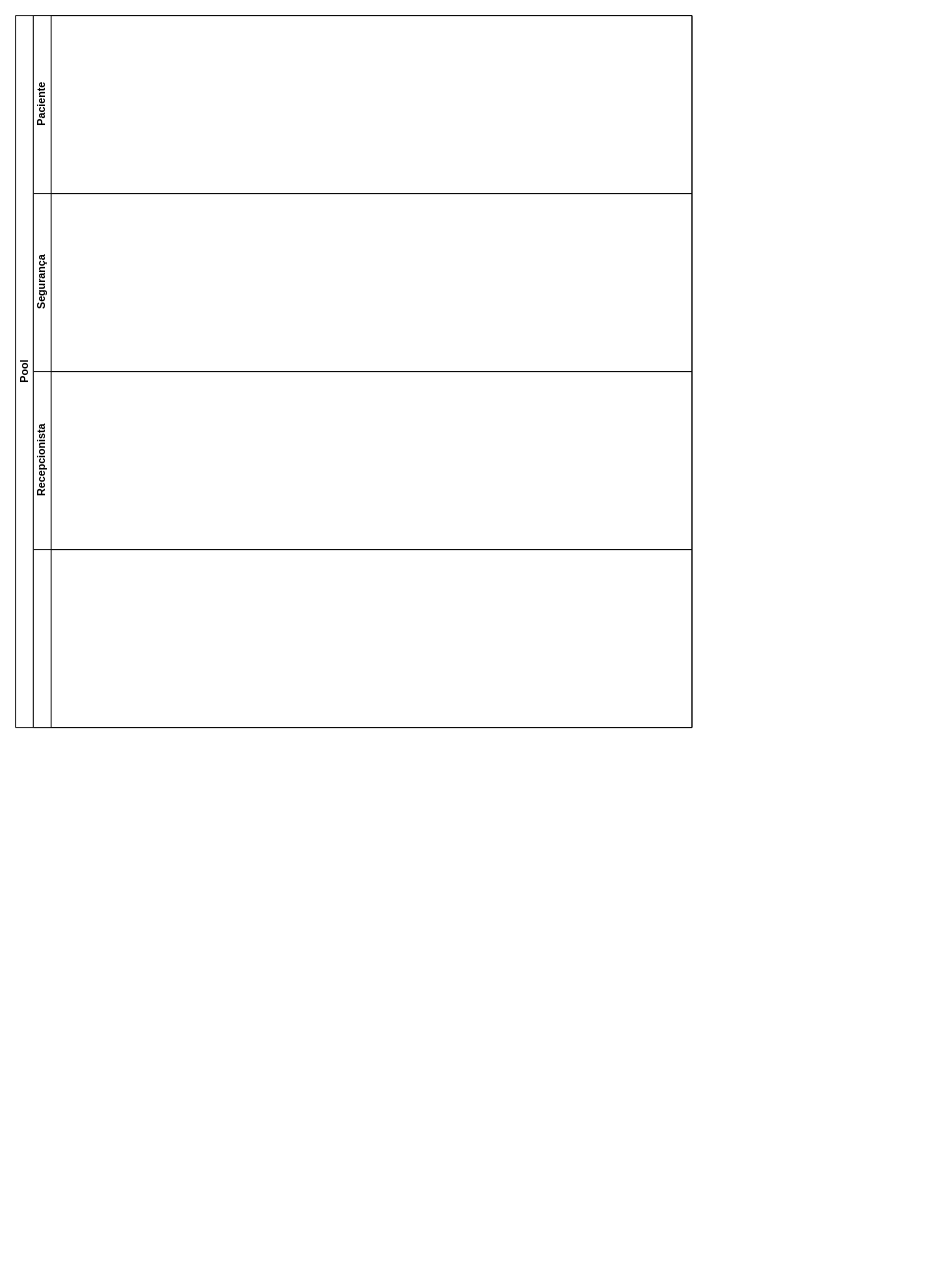
rebeccajanuario/DiagramasBPMN keeps this draw.io diagram as atividadesala1.drawio. Above is the earlier version. Source tidied: cells renumbered, new cells numbered last; positions are measured from the earlier drawing's top-left corner, leaving out a move shared by most shapes. Both pictures are drawn from the tidied source at 89%, with x=0, y=0 at pixel (15, 15).
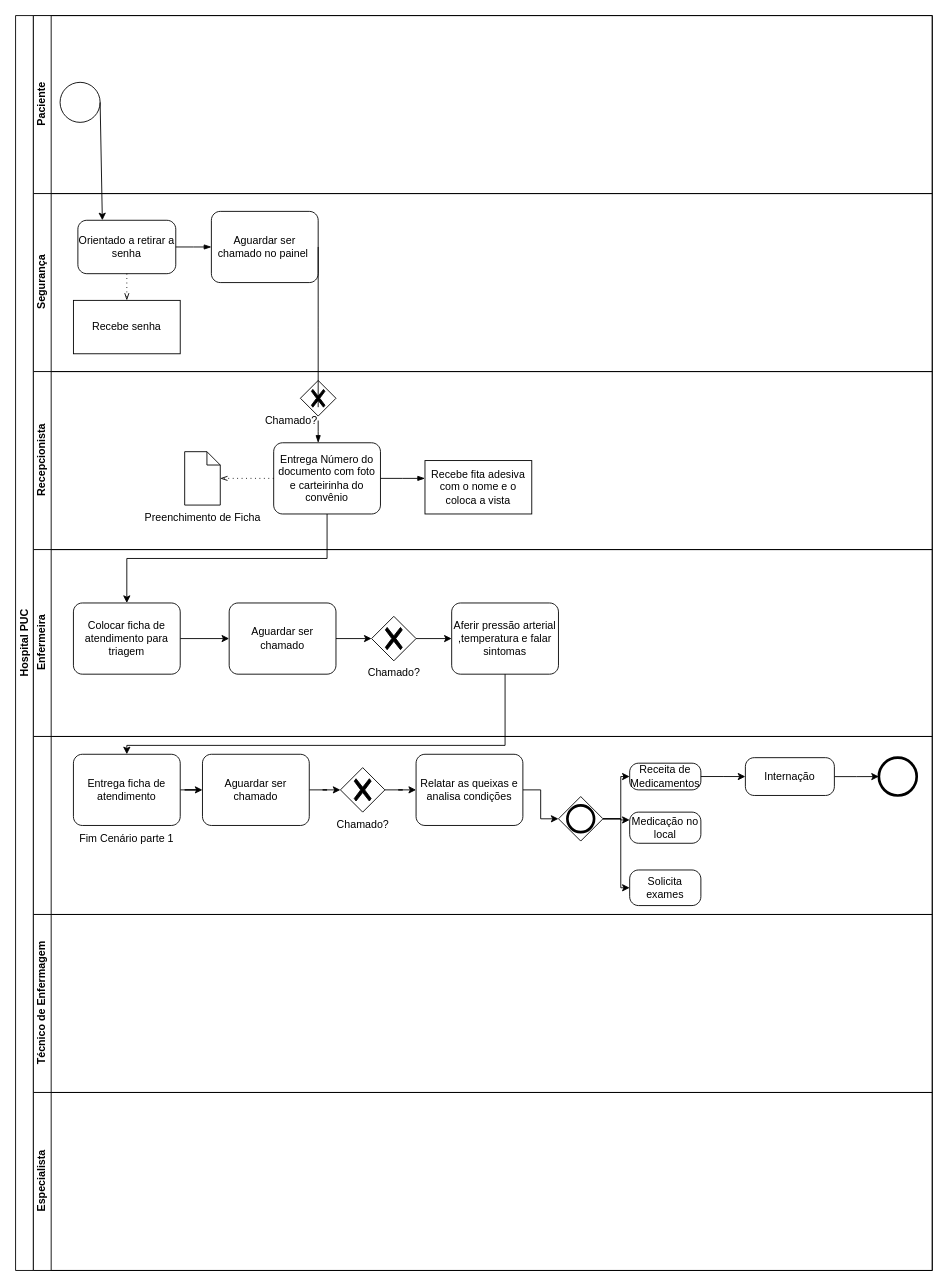
After the change.

Change to the diagram source:
```diff
@@
-    <mxCell id="2" value="Pool" style="swimlane;html=1;horizontal=0;startSize=20;whiteSpace=wrap;" parent="1" vertex="1">
-      <mxGeometry width="760" height="800" as="geometry" />
+    <mxCell id="2" value="Hospital PUC" style="swimlane;html=1;horizontal=0;startSize=20;whiteSpace=wrap;" parent="1" vertex="1">
+      <mxGeometry width="1030" height="1410" as="geometry" />
     </mxCell>
     <mxCell id="3" value="Paciente" style="swimlane;html=1;startSize=20;horizontal=0;" parent="2" vertex="1">
-      <mxGeometry x="20" width="740" height="200" as="geometry" />
+      <mxGeometry x="20" width="1010" height="200" as="geometry" />
     </mxCell>
+    <mxCell id="7" style="points=[[0.145,0.145,0],[0.5,0,0],[0.855,0.145,0],[1,0.5,0],[0.855,0.855,0],[0.5,1,0],[0.145,0.855,0],[0,0.5,0]];shape=mxgraph.bpmn.event;html=1;verticalLabelPosition=bottom;labelBackgroundColor=#ffffff;verticalAlign=top;align=center;perimeter=ellipsePerimeter;outlineConnect=0;outline=standard;symbol=general;" parent="3" vertex="1">
+      <mxGeometry x="30" y="75" width="45" height="45" as="geometry" />
+    </mxCell>
     <mxCell id="4" value="Segurança" style="swimlane;html=1;startSize=20;horizontal=0;" parent="2" vertex="1">
-      <mxGeometry x="20" y="200" width="740" height="200" as="geometry" />
+      <mxGeometry x="20" y="200" width="1010" height="200" as="geometry" />
     </mxCell>
+    <mxCell id="8" value="Orientado a retirar a senha" style="points=[[0.25,0,0],[0.5,0,0],[0.75,0,0],[1,0.25,0],[1,0.5,0],[1,0.75,0],[0.75,1,0],[0.5,1,0],[0.25,1,0],[0,0.75,0],[0,0.5,0],[0,0.25,0]];shape=mxgraph.bpmn.task;whiteSpace=wrap;rectStyle=rounded;size=10;html=1;taskMarker=abstract;" parent="4" vertex="1">
+      <mxGeometry x="50" y="30" width="110" height="60" as="geometry" />
+    </mxCell>
+    <mxCell id="9" value="Recebe senha" style="rounded=0;whiteSpace=wrap;html=1;" parent="4" vertex="1">
+      <mxGeometry x="45" y="120" width="120" height="60" as="geometry" />
+    </mxCell>
+    <mxCell id="10" style="edgeStyle=elbowEdgeStyle;fontSize=12;html=1;endFill=0;startFill=0;endSize=6;startSize=6;dashed=1;dashPattern=1 4;endArrow=openThin;startArrow=none;rounded=0;exitX=0.5;exitY=1;exitDx=0;exitDy=0;exitPerimeter=0;entryX=0.5;entryY=0;entryDx=0;entryDy=0;" parent="4" edge="1" source="8" target="9">
+      <mxGeometry relative="1" as="geometry" />
+    </mxCell>
+    <mxCell id="11" value="Aguardar ser chamado no painel&amp;nbsp;" style="points=[[0.25,0,0],[0.5,0,0],[0.75,0,0],[1,0.25,0],[1,0.5,0],[1,0.75,0],[0.75,1,0],[0.5,1,0],[0.25,1,0],[0,0.75,0],[0,0.5,0],[0,0.25,0]];shape=mxgraph.bpmn.task;whiteSpace=wrap;rectStyle=rounded;size=10;html=1;taskMarker=abstract;" parent="4" vertex="1">
+      <mxGeometry x="200" y="20" width="120" height="80" as="geometry" />
+    </mxCell>
+    <mxCell id="12" style="edgeStyle=elbowEdgeStyle;fontSize=12;html=1;endArrow=blockThin;endFill=1;rounded=0;exitX=1;exitY=0.5;exitDx=0;exitDy=0;exitPerimeter=0;" parent="4" edge="1" source="8" target="11">
+      <mxGeometry relative="1" as="geometry" />
+    </mxCell>
     <mxCell id="5" value="Recepcionista" style="swimlane;html=1;startSize=20;horizontal=0;" parent="2" vertex="1">
-      <mxGeometry x="20" y="400" width="740" height="200" as="geometry" />
+      <mxGeometry x="20" y="400" width="1010" height="200" as="geometry" />
     </mxCell>
+    <mxCell id="13" style="shape=mxgraph.bpmn.gateway2;html=1;verticalLabelPosition=bottom;labelBackgroundColor=#ffffff;verticalAlign=top;align=center;perimeter=rhombusPerimeter;outline=none;symbol=none;gwType=exclusive;" parent="5" vertex="1">
+      <mxGeometry x="300" y="10" width="40" height="40" as="geometry" />
+    </mxCell>
+    <mxCell id="14" value="Chamado?" style="text;html=1;strokeColor=none;fillColor=none;align=center;verticalAlign=middle;whiteSpace=wrap;rounded=0;" parent="5" vertex="1">
+      <mxGeometry x="260" y="40" width="60" height="30" as="geometry" />
+    </mxCell>
+    <mxCell id="15" value="Preenchimento de Ficha" style="shape=mxgraph.bpmn.data;labelPosition=center;verticalLabelPosition=bottom;align=center;verticalAlign=top;size=15;html=1;" parent="5" vertex="1">
+      <mxGeometry x="170" y="90" width="40" height="60" as="geometry" />
+    </mxCell>
+    <mxCell id="16" value="Recebe fita adesiva com o nome e o coloca a vista" style="rounded=0;whiteSpace=wrap;html=1;" parent="5" vertex="1">
+      <mxGeometry x="440" y="100" width="120" height="60" as="geometry" />
+    </mxCell>
-    <mxCell id="6" style="swimlane;html=1;startSize=20;horizontal=0;" parent="2" vertex="1">
-      <mxGeometry x="20" y="600" width="740" height="200" as="geometry" />
+    <mxCell id="6" value="Enfermeira" style="swimlane;html=1;startSize=20;horizontal=0;" parent="2" vertex="1">
+      <mxGeometry x="20" y="600" width="1010" height="210" as="geometry" />
     </mxCell>
+    <mxCell id="17" style="edgeStyle=orthogonalEdgeStyle;rounded=0;jettySize=auto;html=1;entryX=0;entryY=0.5;entryDx=0;entryDy=0;entryPerimeter=0;" parent="6" edge="1" source="18" target="20">
+      <mxGeometry relative="1" as="geometry" />
+    </mxCell>
+    <mxCell id="18" value="Colocar ficha de atendimento para triagem" style="points=[[0.25,0,0],[0.5,0,0],[0.75,0,0],[1,0.25,0],[1,0.5,0],[1,0.75,0],[0.75,1,0],[0.5,1,0],[0.25,1,0],[0,0.75,0],[0,0.5,0],[0,0.25,0]];shape=mxgraph.bpmn.task;whiteSpace=wrap;rectStyle=rounded;size=10;html=1;taskMarker=abstract;" parent="6" vertex="1">
+      <mxGeometry x="45" y="60" width="120" height="80" as="geometry" />
+    </mxCell>
+    <mxCell id="19" style="edgeStyle=orthogonalEdgeStyle;rounded=0;jettySize=auto;html=1;entryX=0;entryY=0.5;entryDx=0;entryDy=0;entryPerimeter=0;" parent="6" edge="1" source="20" target="22">
+      <mxGeometry relative="1" as="geometry" />
+    </mxCell>
+    <mxCell id="20" value="Aguardar ser chamado" style="points=[[0.25,0,0],[0.5,0,0],[0.75,0,0],[1,0.25,0],[1,0.5,0],[1,0.75,0],[0.75,1,0],[0.5,1,0],[0.25,1,0],[0,0.75,0],[0,0.5,0],[0,0.25,0]];shape=mxgraph.bpmn.task;whiteSpace=wrap;rectStyle=rounded;size=10;html=1;taskMarker=abstract;" parent="6" vertex="1">
+      <mxGeometry x="220" y="60" width="120" height="80" as="geometry" />
+    </mxCell>
+    <mxCell id="21" style="edgeStyle=orthogonalEdgeStyle;rounded=0;jettySize=auto;html=1;entryX=0;entryY=0.5;entryDx=0;entryDy=0;entryPerimeter=0;" parent="6" edge="1" source="22" target="23">
+      <mxGeometry relative="1" as="geometry" />
+    </mxCell>
+    <mxCell id="22" value="Chamado?" style="points=[[0.25,0.25,0],[0.5,0,0],[0.75,0.25,0],[1,0.5,0],[0.75,0.75,0],[0.5,1,0],[0.25,0.75,0],[0,0.5,0]];shape=mxgraph.bpmn.gateway2;html=1;verticalLabelPosition=bottom;labelBackgroundColor=#ffffff;verticalAlign=top;align=center;perimeter=rhombusPerimeter;outlineConnect=0;outline=none;symbol=none;gwType=exclusive;" parent="6" vertex="1">
+      <mxGeometry x="380" y="75" width="50" height="50" as="geometry" />
+    </mxCell>
+    <mxCell id="23" value="Aferir pressão arterial ,temperatura e falar sintomas" style="points=[[0.25,0,0],[0.5,0,0],[0.75,0,0],[1,0.25,0],[1,0.5,0],[1,0.75,0],[0.75,1,0],[0.5,1,0],[0.25,1,0],[0,0.75,0],[0,0.5,0],[0,0.25,0]];shape=mxgraph.bpmn.task;whiteSpace=wrap;rectStyle=rounded;size=10;html=1;taskMarker=abstract;" parent="6" vertex="1">
+      <mxGeometry x="470" y="60" width="120" height="80" as="geometry" />
+    </mxCell>
+    <mxCell id="24" style="swimlane;html=1;startSize=20;horizontal=0;" parent="2" vertex="1">
+      <mxGeometry x="20" y="810" width="1010" height="200" as="geometry" />
+    </mxCell>
+    <mxCell id="25" style="edgeStyle=orthogonalEdgeStyle;rounded=0;jettySize=auto;html=1;entryX=0;entryY=0.5;entryDx=0;entryDy=0;entryPerimeter=0;" parent="24" edge="1" source="26" target="29">
+      <mxGeometry relative="1" as="geometry" />
+    </mxCell>
+    <mxCell id="26" value="Entrega ficha de atendimento" style="points=[[0.25,0,0],[0.5,0,0],[0.75,0,0],[1,0.25,0],[1,0.5,0],[1,0.75,0],[0.75,1,0],[0.5,1,0],[0.25,1,0],[0,0.75,0],[0,0.5,0],[0,0.25,0]];shape=mxgraph.bpmn.task;whiteSpace=wrap;rectStyle=rounded;size=10;html=1;taskMarker=abstract;" parent="24" vertex="1">
+      <mxGeometry x="45" y="20" width="120" height="80" as="geometry" />
+    </mxCell>
+    <mxCell id="27" value="Fim Cenário parte 1" style="text;html=1;strokeColor=none;fillColor=none;align=center;verticalAlign=middle;whiteSpace=wrap;rounded=0;" parent="24" vertex="1">
+      <mxGeometry x="45" y="100" width="120" height="30" as="geometry" />
+    </mxCell>
+    <mxCell id="28" style="edgeStyle=orthogonalEdgeStyle;rounded=0;jettySize=auto;html=1;entryX=0;entryY=0.5;entryDx=0;entryDy=0;entryPerimeter=0;" parent="24" edge="1" source="29" target="31">
+      <mxGeometry relative="1" as="geometry" />
+    </mxCell>
+    <mxCell id="29" value="Aguardar ser chamado" style="points=[[0.25,0,0],[0.5,0,0],[0.75,0,0],[1,0.25,0],[1,0.5,0],[1,0.75,0],[0.75,1,0],[0.5,1,0],[0.25,1,0],[0,0.75,0],[0,0.5,0],[0,0.25,0]];shape=mxgraph.bpmn.task;whiteSpace=wrap;rectStyle=rounded;size=10;html=1;taskMarker=abstract;" parent="24" vertex="1">
+      <mxGeometry x="190" y="20" width="120" height="80" as="geometry" />
+    </mxCell>
+    <mxCell id="30" style="edgeStyle=orthogonalEdgeStyle;rounded=0;jettySize=auto;html=1;entryX=0;entryY=0.5;entryDx=0;entryDy=0;entryPerimeter=0;" parent="24" edge="1" source="31" target="33">
+      <mxGeometry relative="1" as="geometry" />
+    </mxCell>
+    <mxCell id="31" value="Chamado?" style="points=[[0.25,0.25,0],[0.5,0,0],[0.75,0.25,0],[1,0.5,0],[0.75,0.75,0],[0.5,1,0],[0.25,0.75,0],[0,0.5,0]];shape=mxgraph.bpmn.gateway2;html=1;verticalLabelPosition=bottom;labelBackgroundColor=#ffffff;verticalAlign=top;align=center;perimeter=rhombusPerimeter;outlineConnect=0;outline=none;symbol=none;gwType=exclusive;" parent="24" vertex="1">
+      <mxGeometry x="345" y="35" width="50" height="50" as="geometry" />
+    </mxCell>
+    <mxCell id="32" style="edgeStyle=orthogonalEdgeStyle;rounded=0;jettySize=auto;html=1;entryX=0;entryY=0.5;entryDx=0;entryDy=0;entryPerimeter=0;" parent="24" edge="1" source="33" target="37">
+      <mxGeometry relative="1" as="geometry" />
+    </mxCell>
+    <mxCell id="33" value="Relatar as queixas e analisa condições" style="points=[[0.25,0,0],[0.5,0,0],[0.75,0,0],[1,0.25,0],[1,0.5,0],[1,0.75,0],[0.75,1,0],[0.5,1,0],[0.25,1,0],[0,0.75,0],[0,0.5,0],[0,0.25,0]];shape=mxgraph.bpmn.task;whiteSpace=wrap;rectStyle=rounded;size=10;html=1;taskMarker=abstract;" parent="24" vertex="1">
+      <mxGeometry x="430" y="20" width="120" height="80" as="geometry" />
+    </mxCell>
+    <mxCell id="34" style="edgeStyle=orthogonalEdgeStyle;rounded=0;jettySize=auto;html=1;entryX=0;entryY=0.5;entryDx=0;entryDy=0;entryPerimeter=0;" parent="24" edge="1" source="37" target="43">
+      <mxGeometry relative="1" as="geometry">
+        <Array as="points">
+          <mxPoint x="660" y="93" />
+          <mxPoint x="660" y="45" />
+        </Array>
+      </mxGeometry>
+    </mxCell>
+    <mxCell id="35" style="edgeStyle=orthogonalEdgeStyle;rounded=0;jettySize=auto;html=1;entryX=0;entryY=0.25;entryDx=0;entryDy=0;entryPerimeter=0;" parent="24" edge="1" source="37" target="39">
+      <mxGeometry relative="1" as="geometry" />
+    </mxCell>
+    <mxCell id="36" style="edgeStyle=orthogonalEdgeStyle;rounded=0;jettySize=auto;html=1;entryX=0;entryY=0.5;entryDx=0;entryDy=0;entryPerimeter=0;" parent="24" edge="1" source="37" target="38">
+      <mxGeometry relative="1" as="geometry">
+        <Array as="points">
+          <mxPoint x="660" y="93" />
+          <mxPoint x="660" y="170" />
+        </Array>
+      </mxGeometry>
+    </mxCell>
+    <mxCell id="37" style="points=[[0.25,0.25,0],[0.5,0,0],[0.75,0.25,0],[1,0.5,0],[0.75,0.75,0],[0.5,1,0],[0.25,0.75,0],[0,0.5,0]];shape=mxgraph.bpmn.gateway2;html=1;verticalLabelPosition=bottom;labelBackgroundColor=#ffffff;verticalAlign=top;align=center;perimeter=rhombusPerimeter;outlineConnect=0;outline=end;symbol=general;" parent="24" vertex="1">
+      <mxGeometry x="590" y="67.5" width="50" height="50" as="geometry" />
+    </mxCell>
+    <mxCell id="38" value="Solicita exames" style="points=[[0.25,0,0],[0.5,0,0],[0.75,0,0],[1,0.25,0],[1,0.5,0],[1,0.75,0],[0.75,1,0],[0.5,1,0],[0.25,1,0],[0,0.75,0],[0,0.5,0],[0,0.25,0]];shape=mxgraph.bpmn.task;whiteSpace=wrap;rectStyle=rounded;size=10;html=1;taskMarker=abstract;" parent="24" vertex="1">
+      <mxGeometry x="670" y="150" width="80" height="40" as="geometry" />
+    </mxCell>
+    <mxCell id="39" value="Medicação no local" style="points=[[0.25,0,0],[0.5,0,0],[0.75,0,0],[1,0.25,0],[1,0.5,0],[1,0.75,0],[0.75,1,0],[0.5,1,0],[0.25,1,0],[0,0.75,0],[0,0.5,0],[0,0.25,0]];shape=mxgraph.bpmn.task;whiteSpace=wrap;rectStyle=rounded;size=10;html=1;taskMarker=abstract;" parent="24" vertex="1">
+      <mxGeometry x="670" y="85" width="80" height="35" as="geometry" />
+    </mxCell>
+    <mxCell id="40" style="edgeStyle=orthogonalEdgeStyle;rounded=0;jettySize=auto;html=1;entryX=0;entryY=0.5;entryDx=0;entryDy=0;entryPerimeter=0;" parent="24" edge="1" source="41" target="42">
+      <mxGeometry relative="1" as="geometry" />
+    </mxCell>
+    <mxCell id="41" value="Internação" style="points=[[0.25,0,0],[0.5,0,0],[0.75,0,0],[1,0.25,0],[1,0.5,0],[1,0.75,0],[0.75,1,0],[0.5,1,0],[0.25,1,0],[0,0.75,0],[0,0.5,0],[0,0.25,0]];shape=mxgraph.bpmn.task;whiteSpace=wrap;rectStyle=rounded;size=10;html=1;taskMarker=abstract;" parent="24" vertex="1">
+      <mxGeometry x="800" y="23.8" width="100" height="42.5" as="geometry" />
+    </mxCell>
+    <mxCell id="42" style="points=[[0.145,0.145,0],[0.5,0,0],[0.855,0.145,0],[1,0.5,0],[0.855,0.855,0],[0.5,1,0],[0.145,0.855,0],[0,0.5,0]];shape=mxgraph.bpmn.event;html=1;verticalLabelPosition=bottom;labelBackgroundColor=#ffffff;verticalAlign=top;align=center;perimeter=ellipsePerimeter;outlineConnect=0;outline=end;symbol=terminate2;" parent="24" vertex="1">
+      <mxGeometry x="950" y="23.8" width="42.5" height="42.5" as="geometry" />
+    </mxCell>
+    <mxCell id="43" value="Receita de Medicamentos" style="points=[[0.25,0,0],[0.5,0,0],[0.75,0,0],[1,0.25,0],[1,0.5,0],[1,0.75,0],[0.75,1,0],[0.5,1,0],[0.25,1,0],[0,0.75,0],[0,0.5,0],[0,0.25,0]];shape=mxgraph.bpmn.task;whiteSpace=wrap;rectStyle=rounded;size=10;html=1;taskMarker=abstract;" parent="24" vertex="1">
+      <mxGeometry x="670" y="30" width="80" height="30" as="geometry" />
+    </mxCell>
+    <mxCell id="44" style="edgeStyle=orthogonalEdgeStyle;rounded=0;jettySize=auto;html=1;entryX=0;entryY=0.5;entryDx=0;entryDy=0;entryPerimeter=0;" parent="24" edge="1" source="43" target="41">
+      <mxGeometry relative="1" as="geometry" />
+    </mxCell>
+    <mxCell id="45" value="Técnico de Enfermagem" style="swimlane;html=1;startSize=20;horizontal=0;" parent="2" vertex="1">
+      <mxGeometry x="20" y="1010" width="1010" height="200" as="geometry" />
+    </mxCell>
+    <mxCell id="46" value="Especialista" style="swimlane;html=1;startSize=20;horizontal=0;" parent="2" vertex="1">
+      <mxGeometry x="20" y="1210" width="1010" height="200" as="geometry" />
+    </mxCell>
+    <mxCell id="47" style="endArrow=classic;html=1;rounded=0;exitX=1;exitY=0.5;exitDx=0;exitDy=0;exitPerimeter=0;entryX=0.25;entryY=0;entryDx=0;entryDy=0;entryPerimeter=0;" parent="2" edge="1" source="7" target="8">
+      <mxGeometry relative="1" as="geometry" />
+    </mxCell>
+    <mxCell id="48" style="edgeStyle=elbowEdgeStyle;fontSize=12;html=1;endArrow=none;endFill=1;rounded=0;exitX=1;exitY=0.5;exitDx=0;exitDy=0;exitPerimeter=0;" parent="2" edge="1" source="11" target="14">
+      <mxGeometry relative="1" as="geometry" />
+    </mxCell>
+    <mxCell id="49" style="edgeStyle=orthogonalEdgeStyle;rounded=0;jettySize=auto;html=1;entryX=0.5;entryY=0;entryDx=0;entryDy=0;entryPerimeter=0;" parent="2" edge="1" source="23" target="26">
+      <mxGeometry relative="1" as="geometry">
+        <Array as="points">
+          <mxPoint x="550" y="820" />
+          <mxPoint x="125" y="820" />
+        </Array>
+      </mxGeometry>
+    </mxCell>
+    <mxCell id="50" style="edgeStyle=elbowEdgeStyle;fontSize=12;html=1;endArrow=blockThin;endFill=1;rounded=0;exitX=1;exitY=0.5;exitDx=0;exitDy=0;exitPerimeter=0;startArrow=none;" parent="1" edge="1" source="14" target="52">
+      <mxGeometry relative="1" as="geometry" />
+    </mxCell>
+    <mxCell id="51" style="edgeStyle=orthogonalEdgeStyle;rounded=0;jettySize=auto;html=1;" parent="1" edge="1" source="52" target="18">
+      <mxGeometry relative="1" as="geometry">
+        <Array as="points">
+          <mxPoint x="350" y="610" />
+          <mxPoint x="125" y="610" />
+        </Array>
+      </mxGeometry>
+    </mxCell>
+    <mxCell id="52" value="Entrega Número do documento com foto e carteirinha do convênio" style="points=[[0.25,0,0],[0.5,0,0],[0.75,0,0],[1,0.25,0],[1,0.5,0],[1,0.75,0],[0.75,1,0],[0.5,1,0],[0.25,1,0],[0,0.75,0],[0,0.5,0],[0,0.25,0]];shape=mxgraph.bpmn.task;whiteSpace=wrap;rectStyle=rounded;size=10;html=1;taskMarker=abstract;" parent="1" vertex="1">
+      <mxGeometry x="290" y="480" width="120" height="80" as="geometry" />
+    </mxCell>
+    <mxCell id="53" style="edgeStyle=elbowEdgeStyle;fontSize=12;html=1;endFill=0;startFill=0;endSize=6;startSize=6;dashed=1;dashPattern=1 4;endArrow=openThin;startArrow=none;rounded=0;exitX=0;exitY=0.5;exitDx=0;exitDy=0;exitPerimeter=0;" parent="1" edge="1" source="52" target="15">
+      <mxGeometry relative="1" as="geometry" />
+    </mxCell>
+    <mxCell id="54" style="edgeStyle=elbowEdgeStyle;fontSize=12;html=1;endArrow=blockThin;endFill=1;rounded=0;exitX=1;exitY=0.5;exitDx=0;exitDy=0;exitPerimeter=0;" parent="1" edge="1" source="52">
+      <mxGeometry relative="1" as="geometry">
+        <mxPoint x="460" y="520" as="targetPoint" />
+      </mxGeometry>
+    </mxCell>
```
